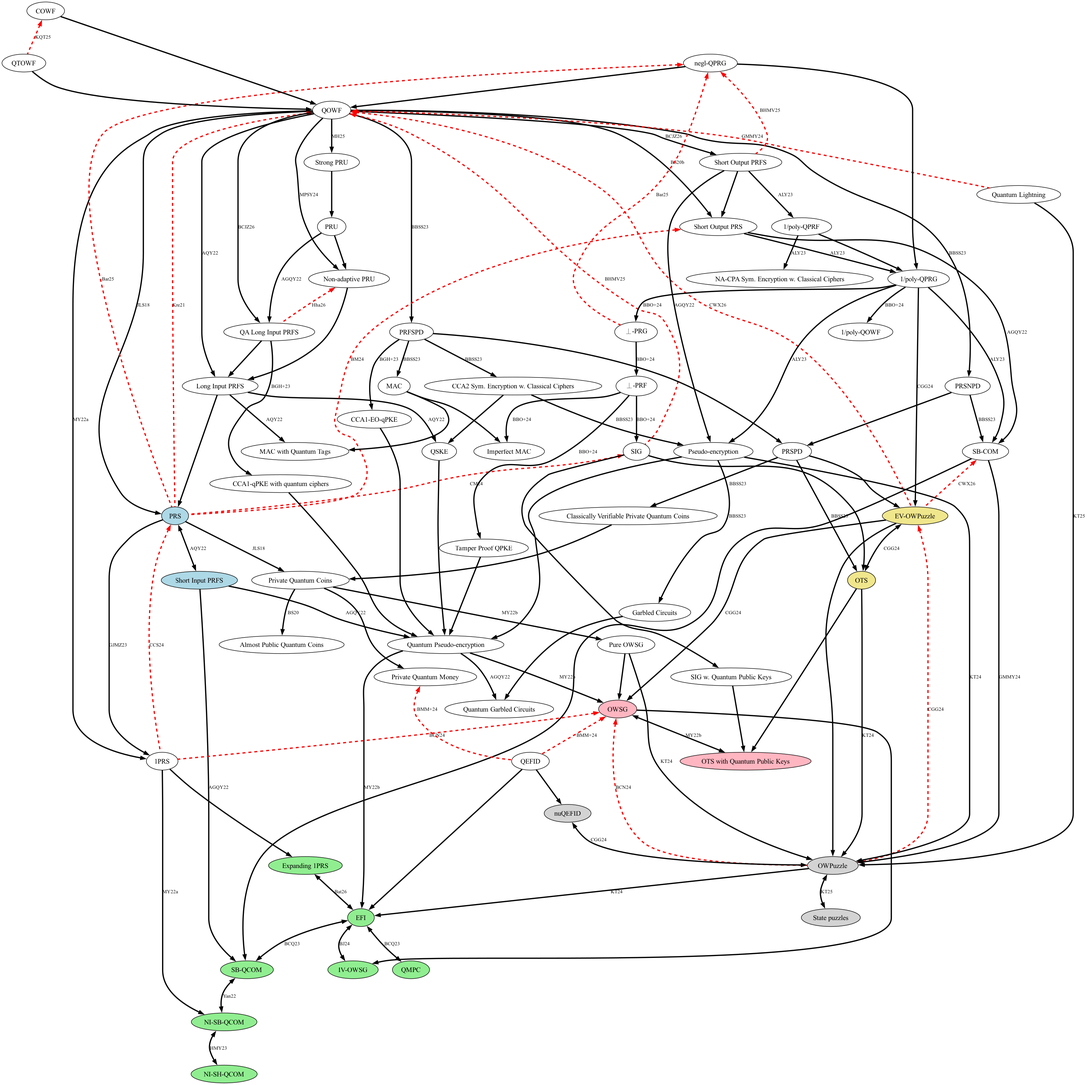
This is microcrypt.png from sattath/microcrypt-zoo, a Graphviz export, as it was before one commit. Its source is kept beside it as microcrypt.gv.
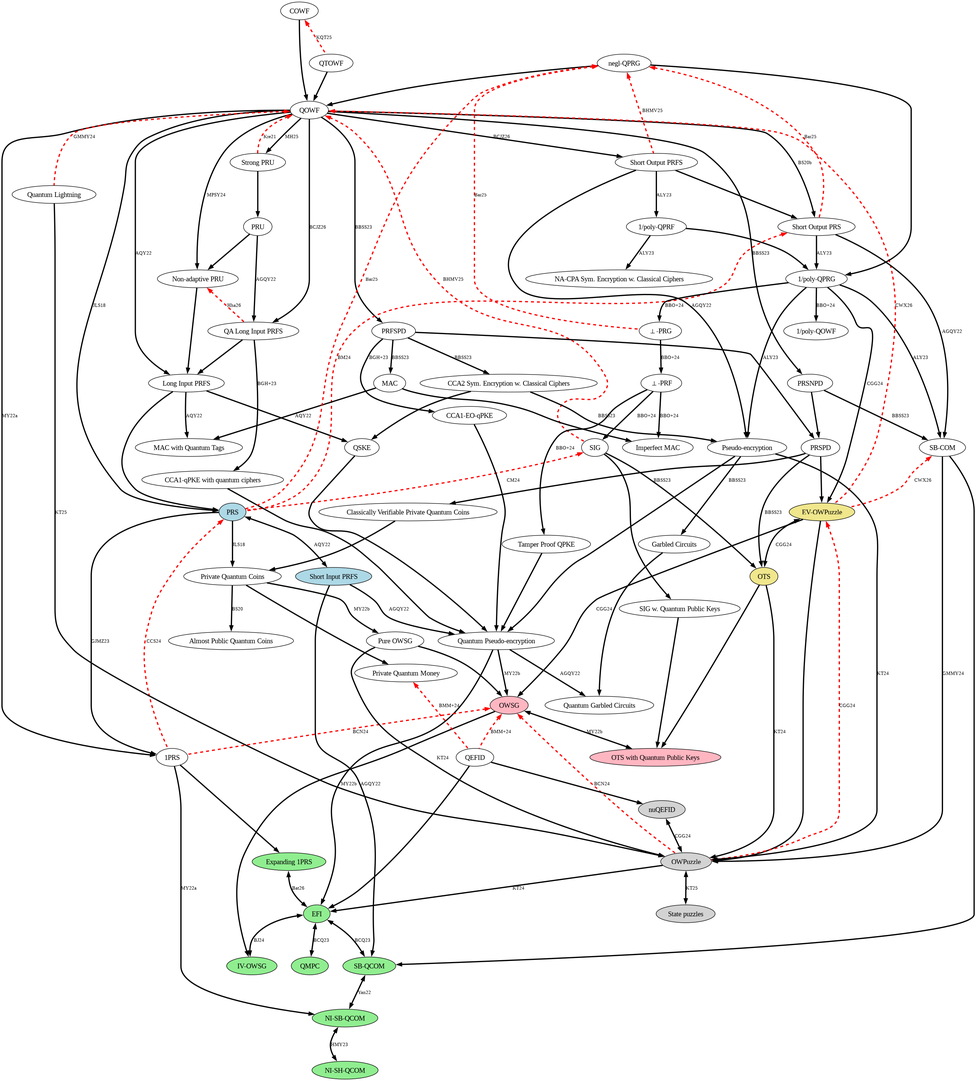
Later version of the same file.

The edit, as a diff of the source:
```diff
@@ -253,8 +253,8 @@
 
     edge [style=dashed color="red" dir="back"]
 
-    edge [label="Kre21" tooltip="Kretschmer.\n Quantum Pseudorandomness and Classical Complexity.\n TQC21. " URL="https://drops.dagstuhl.de/opus/volltexte/2021/13997"]
-    QOWF->PRS;
+    edge [label="Kre21" tooltip="Kretschmer.\n Quantum Pseudorandomness and Classical Complexity.\n TQC21; corrected arXiv v5 (2024). Sec. 2.6 allows inverse queries; Thm 30 and Thm 33 give PRUs and PromiseBQP=PromiseQMA relative to the same oracle." URL="https://arxiv.org/abs/2103.09320v5"]
+    QOWF->"Strong PRU";
 
 
     edge [label="BM24" tooltip="Bouaziz-Ermann and Muguruza.\n Quantum Pseudorandomness Cannot Be Shrunk In a Black-Box Way.\n IACR eprint, 2024. " URL="https://eprint.iacr.org/2024/291"]
@@ -288,8 +288,9 @@
     edge [label="Hha26" tooltip="Hhan.\n Derivatives of Quantum Randomness: Separating Pseudorandom Unitaries from Pseudorandom (Function-like) States.\n arXiv, 2026" URL="https://arxiv.org/abs/2609.14626"]
     "Non-adaptive PRU"->"QA Long Input PRFS"; // Hha26 Thm 1.1 (adaptive quantum-accessible PRFS exist, PRUs do not)
 
-    edge [label="Bar25" tooltip="Barhoush.\n Separating Pseudorandom Generators from Logarithmic Pseudorandom States.\n arXiv, 2025" URL="https://arxiv.org/abs/2510.20131"]
-    "negl-QPRG"->PRS; // Bar25 Thm 1
+    edge [label="Bar25" tooltip="Barhoush.\n Separating Pseudorandom Generators from Logarithmic Pseudorandom States.\n arXiv, 2025. Thm 1.1 and Thm 1.2. Fully black-box separation with inverse access; target correctness must follow from source correctness alone (Def. 9)." URL="https://arxiv.org/abs/2510.20131"]
+    "negl-QPRG"->PRS; // Bar25 Thm 1.1
+    "negl-QPRG"->"Short Output PRS"; // Bar25 Thm 1.1
     "negl-QPRG"->"⊥-PRG"; // Bar25 Thm 1.2
 
     edge [label="GMMY24" tooltip="Goldin, Morimae, Mutreja and Yamakawa.\n CountCrypt: Quantum Cryptography between QCMA and PP.\n arXiv, 2024. Quantum lightning exists relative to an oracle where BQP=QCMA, which breaks one-way functions." URL="https://arxiv.org/abs/2410.14792"]
```
